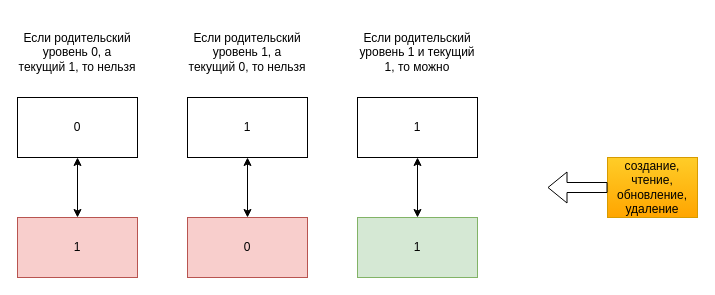
Before: Диаграмма без названия.drawio in GrigoryGriko/astro_checklist, a draw.io diagram. Source tidied: cells renumbered, new cells numbered last; positions are measured from the earlier drawing's top-left corner, leaving out a move shared by most shapes. Both pictures are drawn from the tidied source at 100%, with x=0, y=0 at pixel (17, 37).
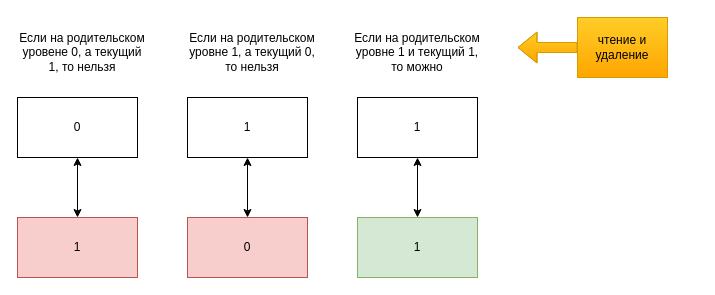
Above is the later version.

Commit message (it also covers changes not shown here):
Схема прав

What changed in the source:
```diff
@@
 <mxGraphModel>
   <root>
     <mxCell id="0" />
     <mxCell id="1" parent="0" />
     <mxCell id="2" value="0" style="rounded=0;whiteSpace=wrap;html=1;" parent="1" vertex="1">
       <mxGeometry y="60" width="120" height="60" as="geometry" />
     </mxCell>
     <mxCell id="3" value="1" style="rounded=0;whiteSpace=wrap;html=1;fillColor=#f8cecc;strokeColor=#b85450;" parent="1" vertex="1">
       <mxGeometry y="180" width="120" height="60" as="geometry" />
     </mxCell>
     <mxCell id="4" style="endArrow=classic;startArrow=classic;html=1;rounded=0;entryX=0.5;entryY=1;entryDx=0;entryDy=0;" parent="1" edge="1" source="3" target="2">
       <mxGeometry relative="1" as="geometry" />
     </mxCell>
     <mxCell id="5" value="1" style="rounded=0;whiteSpace=wrap;html=1;" parent="1" vertex="1">
       <mxGeometry x="170" y="60" width="120" height="60" as="geometry" />
     </mxCell>
     <mxCell id="6" value="0" style="rounded=0;whiteSpace=wrap;html=1;fillColor=#f8cecc;strokeColor=#b85450;" parent="1" vertex="1">
       <mxGeometry x="170" y="180" width="120" height="60" as="geometry" />
     </mxCell>
     <mxCell id="7" style="endArrow=classic;startArrow=classic;html=1;rounded=0;entryX=0.5;entryY=1;entryDx=0;entryDy=0;" parent="1" edge="1" source="6" target="5">
       <mxGeometry relative="1" as="geometry" />
     </mxCell>
     <mxCell id="8" value="1" style="rounded=0;whiteSpace=wrap;html=1;" parent="1" vertex="1">
       <mxGeometry x="340" y="60" width="120" height="60" as="geometry" />
     </mxCell>
     <mxCell id="9" value="1" style="rounded=0;whiteSpace=wrap;html=1;fillColor=#d5e8d4;strokeColor=#82b366;" parent="1" vertex="1">
       <mxGeometry x="340" y="180" width="120" height="60" as="geometry" />
     </mxCell>
     <mxCell id="10" style="endArrow=classic;startArrow=classic;html=1;rounded=0;entryX=0.5;entryY=1;entryDx=0;entryDy=0;" parent="1" edge="1" source="9" target="8">
       <mxGeometry relative="1" as="geometry" />
     </mxCell>
-    <mxCell id="11" value="создание,&lt;div&gt;чтение,&lt;/div&gt;&lt;div&gt;обновление, удаление&lt;/div&gt;" style="rounded=0;whiteSpace=wrap;html=1;align=center;fillColor=#ffcd28;strokeColor=#d79b00;gradientColor=#ffa500;" parent="1" vertex="1">
-      <mxGeometry x="590" y="120" width="90" height="60" as="geometry" />
+    <mxCell id="11" value="чтение и удаление" style="rounded=0;whiteSpace=wrap;html=1;align=center;fillColor=#ffcd28;strokeColor=#d79b00;gradientColor=#ffa500;" parent="1" vertex="1">
+      <mxGeometry x="560" y="-20" width="90" height="60" as="geometry" />
     </mxCell>
-    <mxCell id="12" style="shape=flexArrow;endArrow=classic;html=1;rounded=0;exitX=0;exitY=0.5;exitDx=0;exitDy=0;" parent="1" edge="1" source="11">
+    <mxCell id="12" style="shape=flexArrow;endArrow=classic;html=1;rounded=0;exitX=0;exitY=0.5;exitDx=0;exitDy=0;fillColor=#ffcd28;gradientColor=#ffa500;strokeColor=#d79b00;" parent="1" edge="1" source="11">
       <mxGeometry relative="1" as="geometry">
-        <mxPoint x="530" y="150" as="targetPoint" />
+        <mxPoint x="500" y="10" as="targetPoint" />
+        <Array as="points">
+          <mxPoint x="520" y="10" />
+        </Array>
       </mxGeometry>
     </mxCell>
-    <mxCell id="13" value="Если родительский уровень 0, а текущий 1, то нельзя" style="text;html=1;align=center;verticalAlign=middle;whiteSpace=wrap;rounded=0;" parent="1" vertex="1">
-      <mxGeometry width="120" height="30" as="geometry" />
+    <mxCell id="13" value="Если на родительском уровене 0, а текущий 1, то нельзя" style="text;html=1;align=center;verticalAlign=middle;whiteSpace=wrap;rounded=0;" parent="1" vertex="1">
+      <mxGeometry width="130" height="30" as="geometry" />
     </mxCell>
-    <mxCell id="14" value="Если родительский уровень 1, а текущий 0, то нельзя" style="text;html=1;align=center;verticalAlign=middle;whiteSpace=wrap;rounded=0;" parent="1" vertex="1">
-      <mxGeometry x="170" width="120" height="30" as="geometry" />
+    <mxCell id="14" value="Если на родительском уровне 1, а текущий 0, то нельзя" style="text;html=1;align=center;verticalAlign=middle;whiteSpace=wrap;rounded=0;" parent="1" vertex="1">
+      <mxGeometry x="170" width="130" height="30" as="geometry" />
     </mxCell>
-    <mxCell id="15" value="Если родительский уровень 1 и текущий 1, то можно" style="text;html=1;align=center;verticalAlign=middle;whiteSpace=wrap;rounded=0;" parent="1" vertex="1">
-      <mxGeometry x="340" width="120" height="30" as="geometry" />
+    <mxCell id="15" value="Если на родительском уровне 1 и текущий 1, то можно" style="text;html=1;align=center;verticalAlign=middle;whiteSpace=wrap;rounded=0;" parent="1" vertex="1">
+      <mxGeometry x="335" width="130" height="30" as="geometry" />
     </mxCell>
   </root>
 </mxGraphModel>
```
